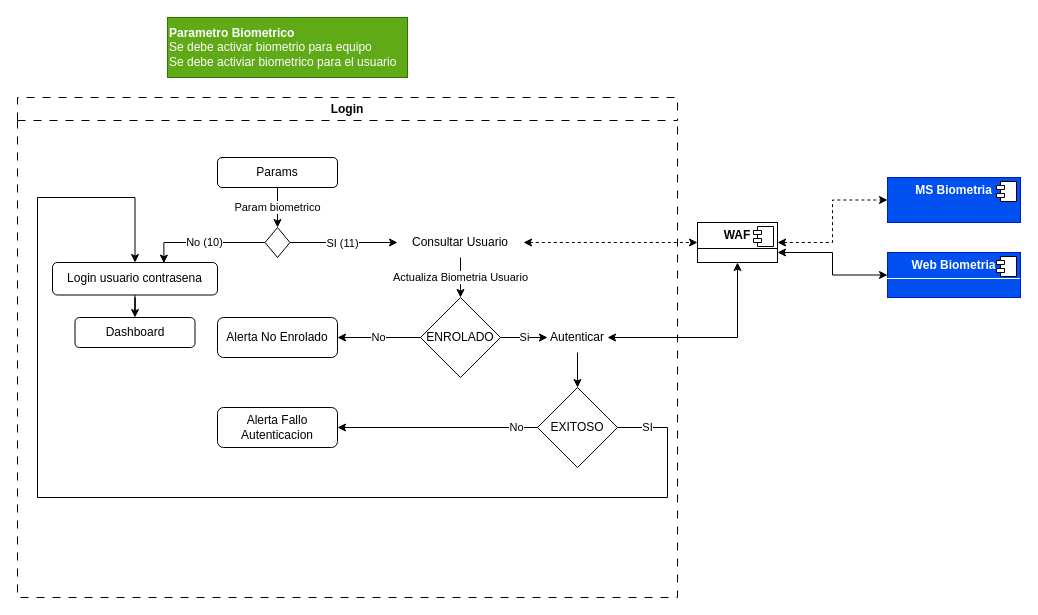
Above: page "Login" (2 of 3) of Biometria.drawio in faberordonez1/diagramas (draw.io), before the change. Source tidied: cells renumbered, new cells numbered last; positions are measured from the earlier drawing's top-left corner, leaving out a move shared by most shapes. Both pictures are drawn from the tidied source at 100%, with x=0, y=0 at pixel (17, 17).
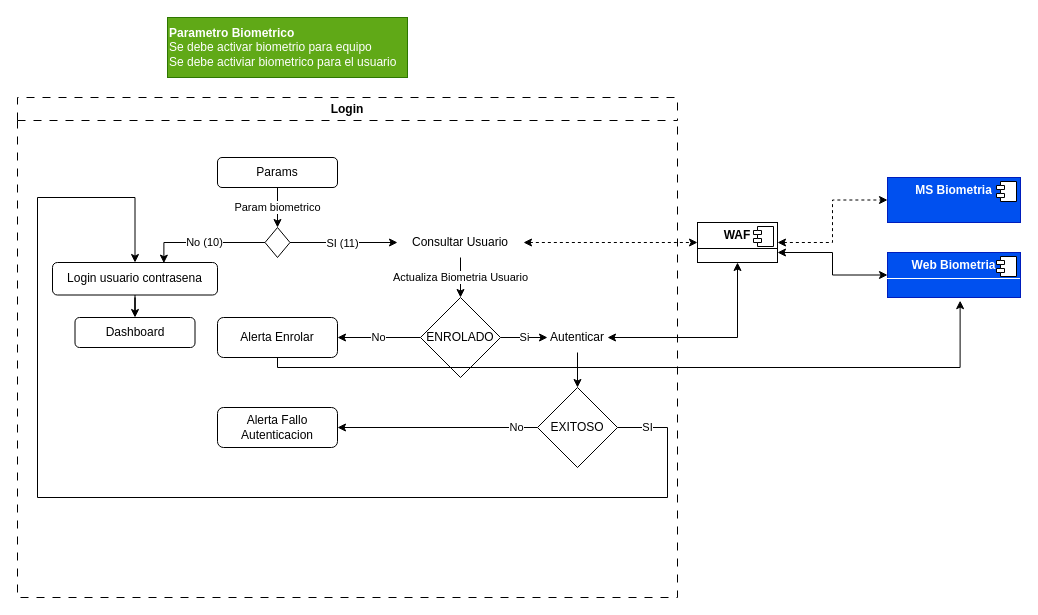
After the change.

The change refers to these unchanged cells:
```xml
<mxCell id="10" value="&lt;p style=&quot;margin:0px;margin-top:6px;text-align:center;&quot;&gt;&lt;b&gt;Web Biometria&lt;/b&gt;&lt;/p&gt;&lt;hr size=&quot;1&quot; style=&quot;border-style:solid;&quot;&gt;&lt;p style=&quot;margin:0px;margin-left:8px;&quot;&gt;&lt;br&gt;&lt;/p&gt;" style="align=left;overflow=fill;html=1;whiteSpace=wrap;fillColor=#0050ef;fontColor=#ffffff;strokeColor=#001DBC;" parent="1" vertex="1">
  <mxGeometry x="870" y="235" width="133" height="45" as="geometry" />
</mxCell>
```

Change to the diagram source:
```diff
@@
-    <mxCell id="27" value="Alerta No Enrolado" style="whiteSpace=wrap;html=1;rounded=1;" parent="1" vertex="1">
+    <mxCell id="27" value="Alerta Enrolar" style="whiteSpace=wrap;html=1;rounded=1;" parent="1" vertex="1">
       <mxGeometry x="200" y="300" width="120" height="40" as="geometry" />
     </mxCell>
@@
+    <mxCell id="35" style="edgeStyle=orthogonalEdgeStyle;rounded=0;jettySize=auto;html=1;exitX=0.5;exitY=1;exitDx=0;exitDy=0;entryX=0.546;entryY=1.07;entryDx=0;entryDy=0;entryPerimeter=0;" parent="1" edge="1" source="27" target="10">
+      <mxGeometry relative="1" as="geometry">
+        <Array as="points">
+          <mxPoint x="260" y="350" />
+          <mxPoint x="943" y="350" />
+        </Array>
+      </mxGeometry>
+    </mxCell>
```
